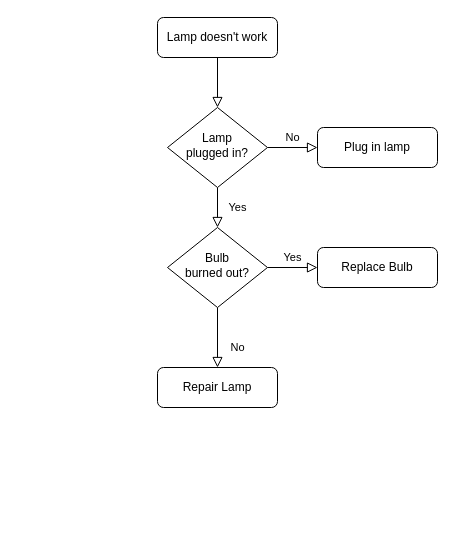
Before: 未命名绘图.drawio in weiyo176/----, a draw.io diagram. Source tidied: cells renumbered, new cells numbered last; positions are measured from the earlier drawing's top-left corner, leaving out a move shared by most shapes. Both pictures are drawn from the tidied source at 100%, with x=0, y=0 at pixel (157, 17).
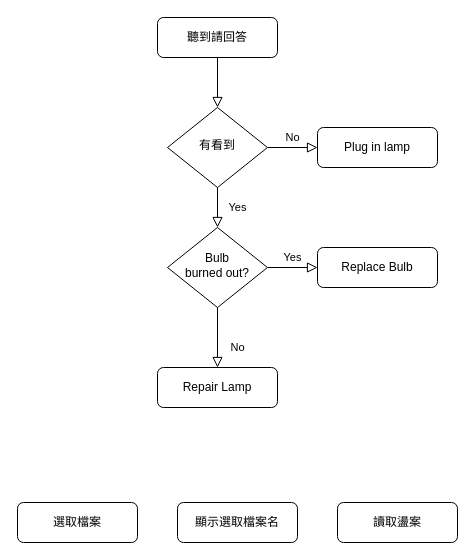
The same diagram, later.

Commit message:
更新未命名绘图.drawio

Diff of the diagram source:
```diff
@@
 <mxGraphModel>
   <root>
     <mxCell id="0" />
     <mxCell id="1" parent="0" />
     <mxCell id="2" style="rounded=0;html=1;jettySize=auto;fontSize=11;endArrow=block;endFill=0;endSize=8;strokeWidth=1;shadow=0;labelBackgroundColor=none;edgeStyle=orthogonalEdgeStyle;" parent="1" edge="1" source="3" target="6">
       <mxGeometry relative="1" as="geometry" />
     </mxCell>
-    <mxCell id="3" value="Lamp doesn't work" style="rounded=1;whiteSpace=wrap;html=1;fontSize=12;glass=0;strokeWidth=1;shadow=0;" parent="1" vertex="1">
+    <mxCell id="3" value="聽到請回答" style="rounded=1;whiteSpace=wrap;html=1;fontSize=12;glass=0;strokeWidth=1;shadow=0;" parent="1" vertex="1">
       <mxGeometry width="120" height="40" as="geometry" />
     </mxCell>
     <mxCell id="4" value="Yes" style="rounded=0;html=1;jettySize=auto;fontSize=11;endArrow=block;endFill=0;endSize=8;strokeWidth=1;shadow=0;labelBackgroundColor=none;edgeStyle=orthogonalEdgeStyle;" parent="1" edge="1" source="6" target="10">
       <mxGeometry y="20" relative="1" as="geometry" />
     </mxCell>
     <mxCell id="5" value="No" style="edgeStyle=orthogonalEdgeStyle;rounded=0;html=1;jettySize=auto;fontSize=11;endArrow=block;endFill=0;endSize=8;strokeWidth=1;shadow=0;labelBackgroundColor=none;" parent="1" edge="1" source="6" target="7">
       <mxGeometry y="10" relative="1" as="geometry" />
     </mxCell>
-    <mxCell id="6" value="Lamp&lt;br&gt;plugged in?" style="rhombus;whiteSpace=wrap;html=1;shadow=0;fontFamily=Helvetica;fontSize=12;align=center;strokeWidth=1;spacing=6;spacingTop=-4;" parent="1" vertex="1">
+    <mxCell id="6" value="有看到" style="rhombus;whiteSpace=wrap;html=1;shadow=0;fontFamily=Helvetica;fontSize=12;align=center;strokeWidth=1;spacing=6;spacingTop=-4;" parent="1" vertex="1">
       <mxGeometry x="10" y="90" width="100" height="80" as="geometry" />
     </mxCell>
     <mxCell id="7" value="Plug in lamp" style="rounded=1;whiteSpace=wrap;html=1;fontSize=12;glass=0;strokeWidth=1;shadow=0;" parent="1" vertex="1">
       <mxGeometry x="160" y="110" width="120" height="40" as="geometry" />
     </mxCell>
     <mxCell id="8" value="No" style="rounded=0;html=1;jettySize=auto;fontSize=11;endArrow=block;endFill=0;endSize=8;strokeWidth=1;shadow=0;labelBackgroundColor=none;edgeStyle=orthogonalEdgeStyle;" parent="1" edge="1" source="10" target="11">
       <mxGeometry x="0.33" y="20" relative="1" as="geometry" />
     </mxCell>
     <mxCell id="9" value="Yes" style="edgeStyle=orthogonalEdgeStyle;rounded=0;html=1;jettySize=auto;fontSize=11;endArrow=block;endFill=0;endSize=8;strokeWidth=1;shadow=0;labelBackgroundColor=none;" parent="1" edge="1" source="10" target="12">
       <mxGeometry y="10" relative="1" as="geometry" />
     </mxCell>
     <mxCell id="10" value="Bulb&lt;br&gt;burned out?" style="rhombus;whiteSpace=wrap;html=1;shadow=0;fontFamily=Helvetica;fontSize=12;align=center;strokeWidth=1;spacing=6;spacingTop=-4;" parent="1" vertex="1">
       <mxGeometry x="10" y="210" width="100" height="80" as="geometry" />
     </mxCell>
     <mxCell id="11" value="Repair Lamp" style="rounded=1;whiteSpace=wrap;html=1;fontSize=12;glass=0;strokeWidth=1;shadow=0;" parent="1" vertex="1">
       <mxGeometry y="350" width="120" height="40" as="geometry" />
     </mxCell>
     <mxCell id="12" value="Replace Bulb" style="rounded=1;whiteSpace=wrap;html=1;fontSize=12;glass=0;strokeWidth=1;shadow=0;" parent="1" vertex="1">
       <mxGeometry x="160" y="230" width="120" height="40" as="geometry" />
     </mxCell>
+    <mxCell id="13" value="選取檔案" style="rounded=1;whiteSpace=wrap;html=1;fontSize=12;glass=0;strokeWidth=1;shadow=0;" parent="1" vertex="1">
+      <mxGeometry x="-140" y="485" width="120" height="40" as="geometry" />
+    </mxCell>
+    <mxCell id="14" value="顯示選取檔案名" style="rounded=1;whiteSpace=wrap;html=1;fontSize=12;glass=0;strokeWidth=1;shadow=0;" parent="1" vertex="1">
+      <mxGeometry x="20" y="485" width="120" height="40" as="geometry" />
+    </mxCell>
+    <mxCell id="15" value="讀取盪案" style="rounded=1;whiteSpace=wrap;html=1;fontSize=12;glass=0;strokeWidth=1;shadow=0;" parent="1" vertex="1">
+      <mxGeometry x="180" y="485" width="120" height="40" as="geometry" />
+    </mxCell>
   </root>
 </mxGraphModel>
```
